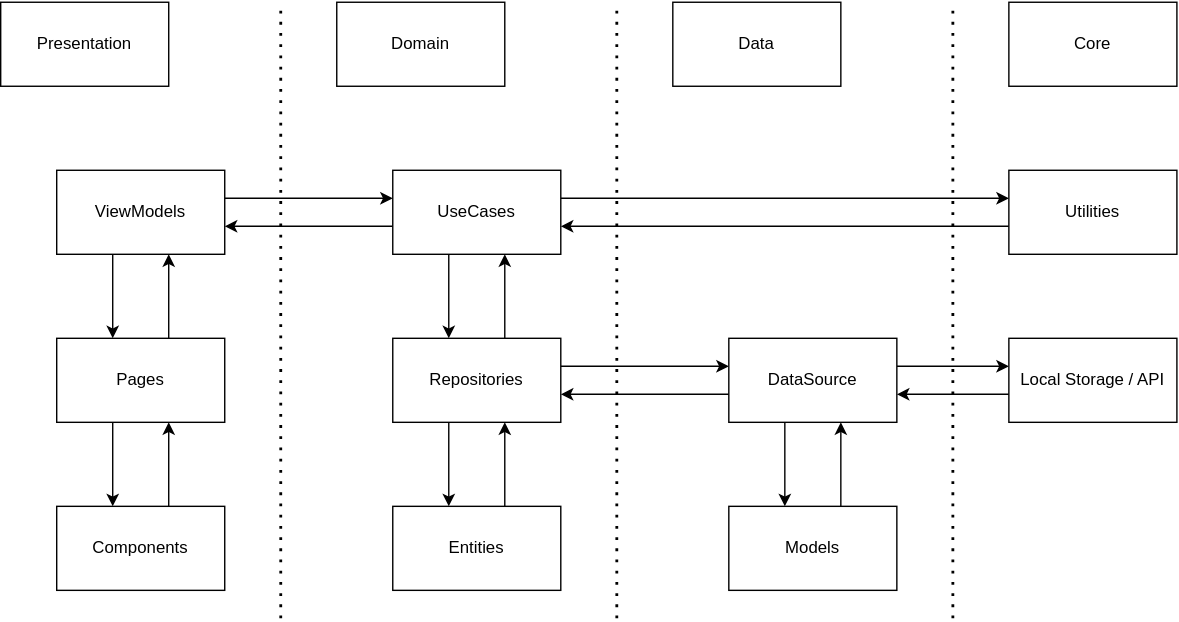
Above: assets/MRT Jakarta Navigation Use Cases-Clean Architecture Programming.drawio.svg in jasonrichdarmawan/ProtocolExample (draw.io), before the change. Source tidied: cells renumbered, new cells last; positions are measured from the earlier drawing's top-left corner, leaving out a move shared by most shapes. Source of this version:
```xml
<mxGraphModel>
  <root>
    <mxCell id="0" />
    <mxCell id="1" parent="0" />
    <mxCell id="2" value="Presentation" style="rounded=0;whiteSpace=wrap;html=1;" parent="1" vertex="1">
      <mxGeometry width="120" height="60" as="geometry" />
    </mxCell>
    <mxCell id="3" style="edgeStyle=orthogonalEdgeStyle;rounded=0;orthogonalLoop=1;jettySize=auto;html=1;" parent="1" edge="1">
      <mxGeometry relative="1" as="geometry">
        <mxPoint x="120" y="280" as="sourcePoint" />
        <mxPoint x="120" y="180" as="targetPoint" />
      </mxGeometry>
    </mxCell>
    <mxCell id="4" style="edgeStyle=orthogonalEdgeStyle;rounded=0;jettySize=auto;html=1;" parent="1" edge="1" source="5" target="10">
      <mxGeometry relative="1" as="geometry">
        <Array as="points">
          <mxPoint x="80" y="330" />
          <mxPoint x="80" y="330" />
        </Array>
      </mxGeometry>
    </mxCell>
    <mxCell id="5" value="Pages" style="rounded=0;whiteSpace=wrap;html=1;" parent="1" vertex="1">
      <mxGeometry x="40" y="240" width="120" height="60" as="geometry" />
    </mxCell>
    <mxCell id="6" style="edgeStyle=orthogonalEdgeStyle;rounded=0;jettySize=auto;html=1;" parent="1" edge="1" source="8" target="5">
      <mxGeometry relative="1" as="geometry">
        <Array as="points">
          <mxPoint x="80" y="210" />
          <mxPoint x="80" y="210" />
        </Array>
      </mxGeometry>
    </mxCell>
    <mxCell id="7" style="edgeStyle=orthogonalEdgeStyle;rounded=0;orthogonalLoop=1;jettySize=auto;html=1;" parent="1" edge="1">
      <mxGeometry relative="1" as="geometry">
        <mxPoint x="160" y="140" as="sourcePoint" />
        <mxPoint x="280" y="140" as="targetPoint" />
        <Array as="points">
          <mxPoint x="240" y="140" />
          <mxPoint x="240" y="140" />
        </Array>
      </mxGeometry>
    </mxCell>
    <mxCell id="8" value="ViewModels" style="rounded=0;whiteSpace=wrap;html=1;" parent="1" vertex="1">
      <mxGeometry x="40" y="120" width="120" height="60" as="geometry" />
    </mxCell>
    <mxCell id="9" style="edgeStyle=orthogonalEdgeStyle;rounded=0;jettySize=auto;html=1;" parent="1" edge="1" source="10" target="5">
      <mxGeometry relative="1" as="geometry">
        <Array as="points">
          <mxPoint x="120" y="330" />
          <mxPoint x="120" y="330" />
        </Array>
      </mxGeometry>
    </mxCell>
    <mxCell id="10" value="Components" style="rounded=0;whiteSpace=wrap;html=1;" parent="1" vertex="1">
      <mxGeometry x="40" y="360" width="120" height="60" as="geometry" />
    </mxCell>
    <mxCell id="11" value="Domain" style="rounded=0;whiteSpace=wrap;html=1;" parent="1" vertex="1">
      <mxGeometry x="240" width="120" height="60" as="geometry" />
    </mxCell>
    <mxCell id="12" style="edgeStyle=orthogonalEdgeStyle;rounded=0;jettySize=auto;html=1;" parent="1" edge="1" source="13" target="21">
      <mxGeometry relative="1" as="geometry">
        <Array as="points">
          <mxPoint x="360" y="330" />
          <mxPoint x="360" y="330" />
        </Array>
      </mxGeometry>
    </mxCell>
    <mxCell id="13" value="Entities" style="rounded=0;whiteSpace=wrap;html=1;" parent="1" vertex="1">
      <mxGeometry x="280" y="360" width="120" height="60" as="geometry" />
    </mxCell>
    <mxCell id="14" style="edgeStyle=orthogonalEdgeStyle;rounded=0;jettySize=auto;html=1;" parent="1" edge="1" source="17" target="8">
      <mxGeometry relative="1" as="geometry">
        <Array as="points">
          <mxPoint x="240" y="160" />
          <mxPoint x="240" y="160" />
        </Array>
      </mxGeometry>
    </mxCell>
    <mxCell id="15" style="edgeStyle=orthogonalEdgeStyle;rounded=0;jettySize=auto;html=1;" parent="1" edge="1" source="17" target="21">
      <mxGeometry relative="1" as="geometry">
        <Array as="points">
          <mxPoint x="320" y="210" />
          <mxPoint x="320" y="210" />
        </Array>
      </mxGeometry>
    </mxCell>
    <mxCell id="16" style="edgeStyle=orthogonalEdgeStyle;rounded=0;jettySize=auto;html=1;" parent="1" edge="1" source="17" target="34">
      <mxGeometry relative="1" as="geometry">
        <Array as="points">
          <mxPoint x="620" y="140" />
          <mxPoint x="620" y="140" />
        </Array>
      </mxGeometry>
    </mxCell>
    <mxCell id="17" value="UseCases" style="rounded=0;whiteSpace=wrap;html=1;" parent="1" vertex="1">
      <mxGeometry x="280" y="120" width="120" height="60" as="geometry" />
    </mxCell>
    <mxCell id="18" style="edgeStyle=orthogonalEdgeStyle;rounded=0;jettySize=auto;html=1;" parent="1" edge="1" source="21" target="26">
      <mxGeometry relative="1" as="geometry">
        <Array as="points">
          <mxPoint x="450" y="260" />
          <mxPoint x="450" y="260" />
        </Array>
      </mxGeometry>
    </mxCell>
    <mxCell id="19" style="edgeStyle=orthogonalEdgeStyle;rounded=0;jettySize=auto;html=1;" parent="1" edge="1" source="21" target="13">
      <mxGeometry relative="1" as="geometry">
        <Array as="points">
          <mxPoint x="320" y="330" />
          <mxPoint x="320" y="330" />
        </Array>
      </mxGeometry>
    </mxCell>
    <mxCell id="20" style="edgeStyle=orthogonalEdgeStyle;rounded=0;jettySize=auto;html=1;" parent="1" edge="1" source="21" target="17">
      <mxGeometry relative="1" as="geometry">
        <Array as="points">
          <mxPoint x="360" y="210" />
          <mxPoint x="360" y="210" />
        </Array>
      </mxGeometry>
    </mxCell>
    <mxCell id="21" value="Repositories" style="rounded=0;whiteSpace=wrap;html=1;" parent="1" vertex="1">
      <mxGeometry x="280" y="240" width="120" height="60" as="geometry" />
    </mxCell>
    <mxCell id="22" value="Data" style="rounded=0;whiteSpace=wrap;html=1;" parent="1" vertex="1">
      <mxGeometry x="480" width="120" height="60" as="geometry" />
    </mxCell>
    <mxCell id="23" style="edgeStyle=orthogonalEdgeStyle;rounded=0;jettySize=auto;html=1;" parent="1" edge="1" source="26" target="21">
      <mxGeometry relative="1" as="geometry">
        <Array as="points">
          <mxPoint x="470" y="280" />
          <mxPoint x="470" y="280" />
        </Array>
      </mxGeometry>
    </mxCell>
    <mxCell id="24" style="edgeStyle=orthogonalEdgeStyle;rounded=0;jettySize=auto;html=1;" parent="1" edge="1" source="26" target="28">
      <mxGeometry relative="1" as="geometry">
        <Array as="points">
          <mxPoint x="560" y="330" />
          <mxPoint x="560" y="330" />
        </Array>
      </mxGeometry>
    </mxCell>
    <mxCell id="25" style="edgeStyle=orthogonalEdgeStyle;rounded=0;jettySize=auto;html=1;" parent="1" edge="1" source="26" target="36">
      <mxGeometry relative="1" as="geometry">
        <Array as="points">
          <mxPoint x="690" y="260" />
          <mxPoint x="690" y="260" />
        </Array>
      </mxGeometry>
    </mxCell>
    <mxCell id="26" value="DataSource" style="rounded=0;whiteSpace=wrap;html=1;" parent="1" vertex="1">
      <mxGeometry x="520" y="240" width="120" height="60" as="geometry" />
    </mxCell>
    <mxCell id="27" style="edgeStyle=orthogonalEdgeStyle;rounded=0;jettySize=auto;html=1;" parent="1" edge="1" source="28" target="26">
      <mxGeometry relative="1" as="geometry">
        <Array as="points">
          <mxPoint x="600" y="330" />
          <mxPoint x="600" y="330" />
        </Array>
      </mxGeometry>
    </mxCell>
    <mxCell id="28" value="Models" style="rounded=0;whiteSpace=wrap;html=1;" parent="1" vertex="1">
      <mxGeometry x="520" y="360" width="120" height="60" as="geometry" />
    </mxCell>
    <mxCell id="29" style="endArrow=none;dashed=1;html=1;dashPattern=1 3;strokeWidth=2;rounded=0;" parent="1" edge="1">
      <mxGeometry relative="1" as="geometry">
        <mxPoint x="200" y="440" as="sourcePoint" />
        <mxPoint x="200" as="targetPoint" />
      </mxGeometry>
    </mxCell>
    <mxCell id="30" style="endArrow=none;dashed=1;html=1;dashPattern=1 3;strokeWidth=2;rounded=0;" parent="1" edge="1">
      <mxGeometry relative="1" as="geometry">
        <mxPoint x="440" y="440" as="sourcePoint" />
        <mxPoint x="440" as="targetPoint" />
      </mxGeometry>
    </mxCell>
    <mxCell id="31" style="endArrow=none;dashed=1;html=1;dashPattern=1 3;strokeWidth=2;rounded=0;" parent="1" edge="1">
      <mxGeometry relative="1" as="geometry">
        <mxPoint x="680" y="440" as="sourcePoint" />
        <mxPoint x="680" as="targetPoint" />
      </mxGeometry>
    </mxCell>
    <mxCell id="32" value="Core" style="rounded=0;whiteSpace=wrap;html=1;" parent="1" vertex="1">
      <mxGeometry x="720" width="120" height="60" as="geometry" />
    </mxCell>
    <mxCell id="33" style="edgeStyle=orthogonalEdgeStyle;rounded=0;jettySize=auto;html=1;" parent="1" edge="1" source="34" target="17">
      <mxGeometry relative="1" as="geometry">
        <Array as="points">
          <mxPoint x="530" y="160" />
          <mxPoint x="530" y="160" />
        </Array>
      </mxGeometry>
    </mxCell>
    <mxCell id="34" value="Utilities" style="rounded=0;whiteSpace=wrap;html=1;" parent="1" vertex="1">
      <mxGeometry x="720" y="120" width="120" height="60" as="geometry" />
    </mxCell>
    <mxCell id="35" style="edgeStyle=orthogonalEdgeStyle;rounded=0;jettySize=auto;html=1;" parent="1" edge="1" source="36" target="26">
      <mxGeometry relative="1" as="geometry">
        <Array as="points">
          <mxPoint x="670" y="280" />
          <mxPoint x="670" y="280" />
        </Array>
      </mxGeometry>
    </mxCell>
    <mxCell id="36" value="Local Storage / API" style="rounded=0;whiteSpace=wrap;html=1;" parent="1" vertex="1">
      <mxGeometry x="720" y="240" width="120" height="60" as="geometry" />
    </mxCell>
  </root>
</mxGraphModel>
```
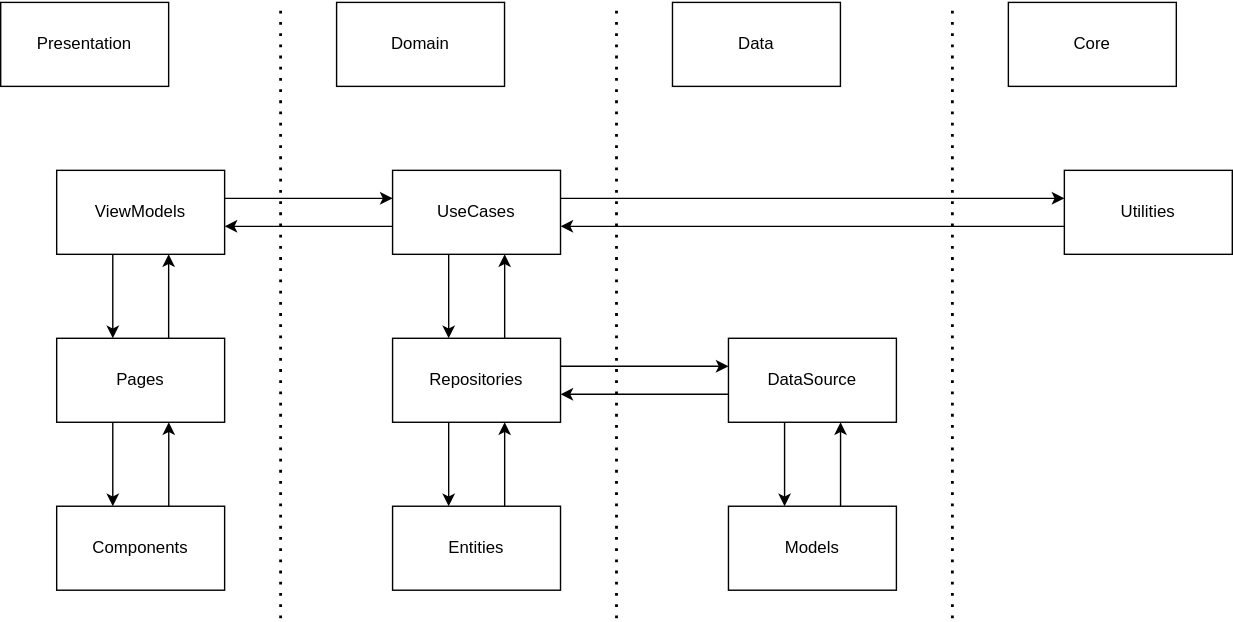
After the commit.

Change to the diagram source:
```diff
@@ -141,14 +141,6 @@
         </Array>
       </mxGeometry>
     </mxCell>
-    <mxCell id="25" style="edgeStyle=orthogonalEdgeStyle;rounded=0;jettySize=auto;html=1;" parent="1" edge="1" source="26" target="36">
-      <mxGeometry relative="1" as="geometry">
-        <Array as="points">
-          <mxPoint x="690" y="260" />
-          <mxPoint x="690" y="260" />
-        </Array>
-      </mxGeometry>
-    </mxCell>
     <mxCell id="26" value="DataSource" style="rounded=0;whiteSpace=wrap;html=1;" parent="1" vertex="1">
       <mxGeometry x="520" y="240" width="120" height="60" as="geometry" />
     </mxCell>
@@ -193,18 +185,7 @@
       </mxGeometry>
     </mxCell>
     <mxCell id="34" value="Utilities" style="rounded=0;whiteSpace=wrap;html=1;" parent="1" vertex="1">
-      <mxGeometry x="720" y="120" width="120" height="60" as="geometry" />
+      <mxGeometry x="760" y="120" width="120" height="60" as="geometry" />
     </mxCell>
-    <mxCell id="35" style="edgeStyle=orthogonalEdgeStyle;rounded=0;jettySize=auto;html=1;" parent="1" edge="1" source="36" target="26">
-      <mxGeometry relative="1" as="geometry">
-        <Array as="points">
-          <mxPoint x="670" y="280" />
-          <mxPoint x="670" y="280" />
-        </Array>
-      </mxGeometry>
-    </mxCell>
-    <mxCell id="36" value="Local Storage / API" style="rounded=0;whiteSpace=wrap;html=1;" parent="1" vertex="1">
-      <mxGeometry x="720" y="240" width="120" height="60" as="geometry" />
-    </mxCell>
   </root>
 </mxGraphModel>
```
